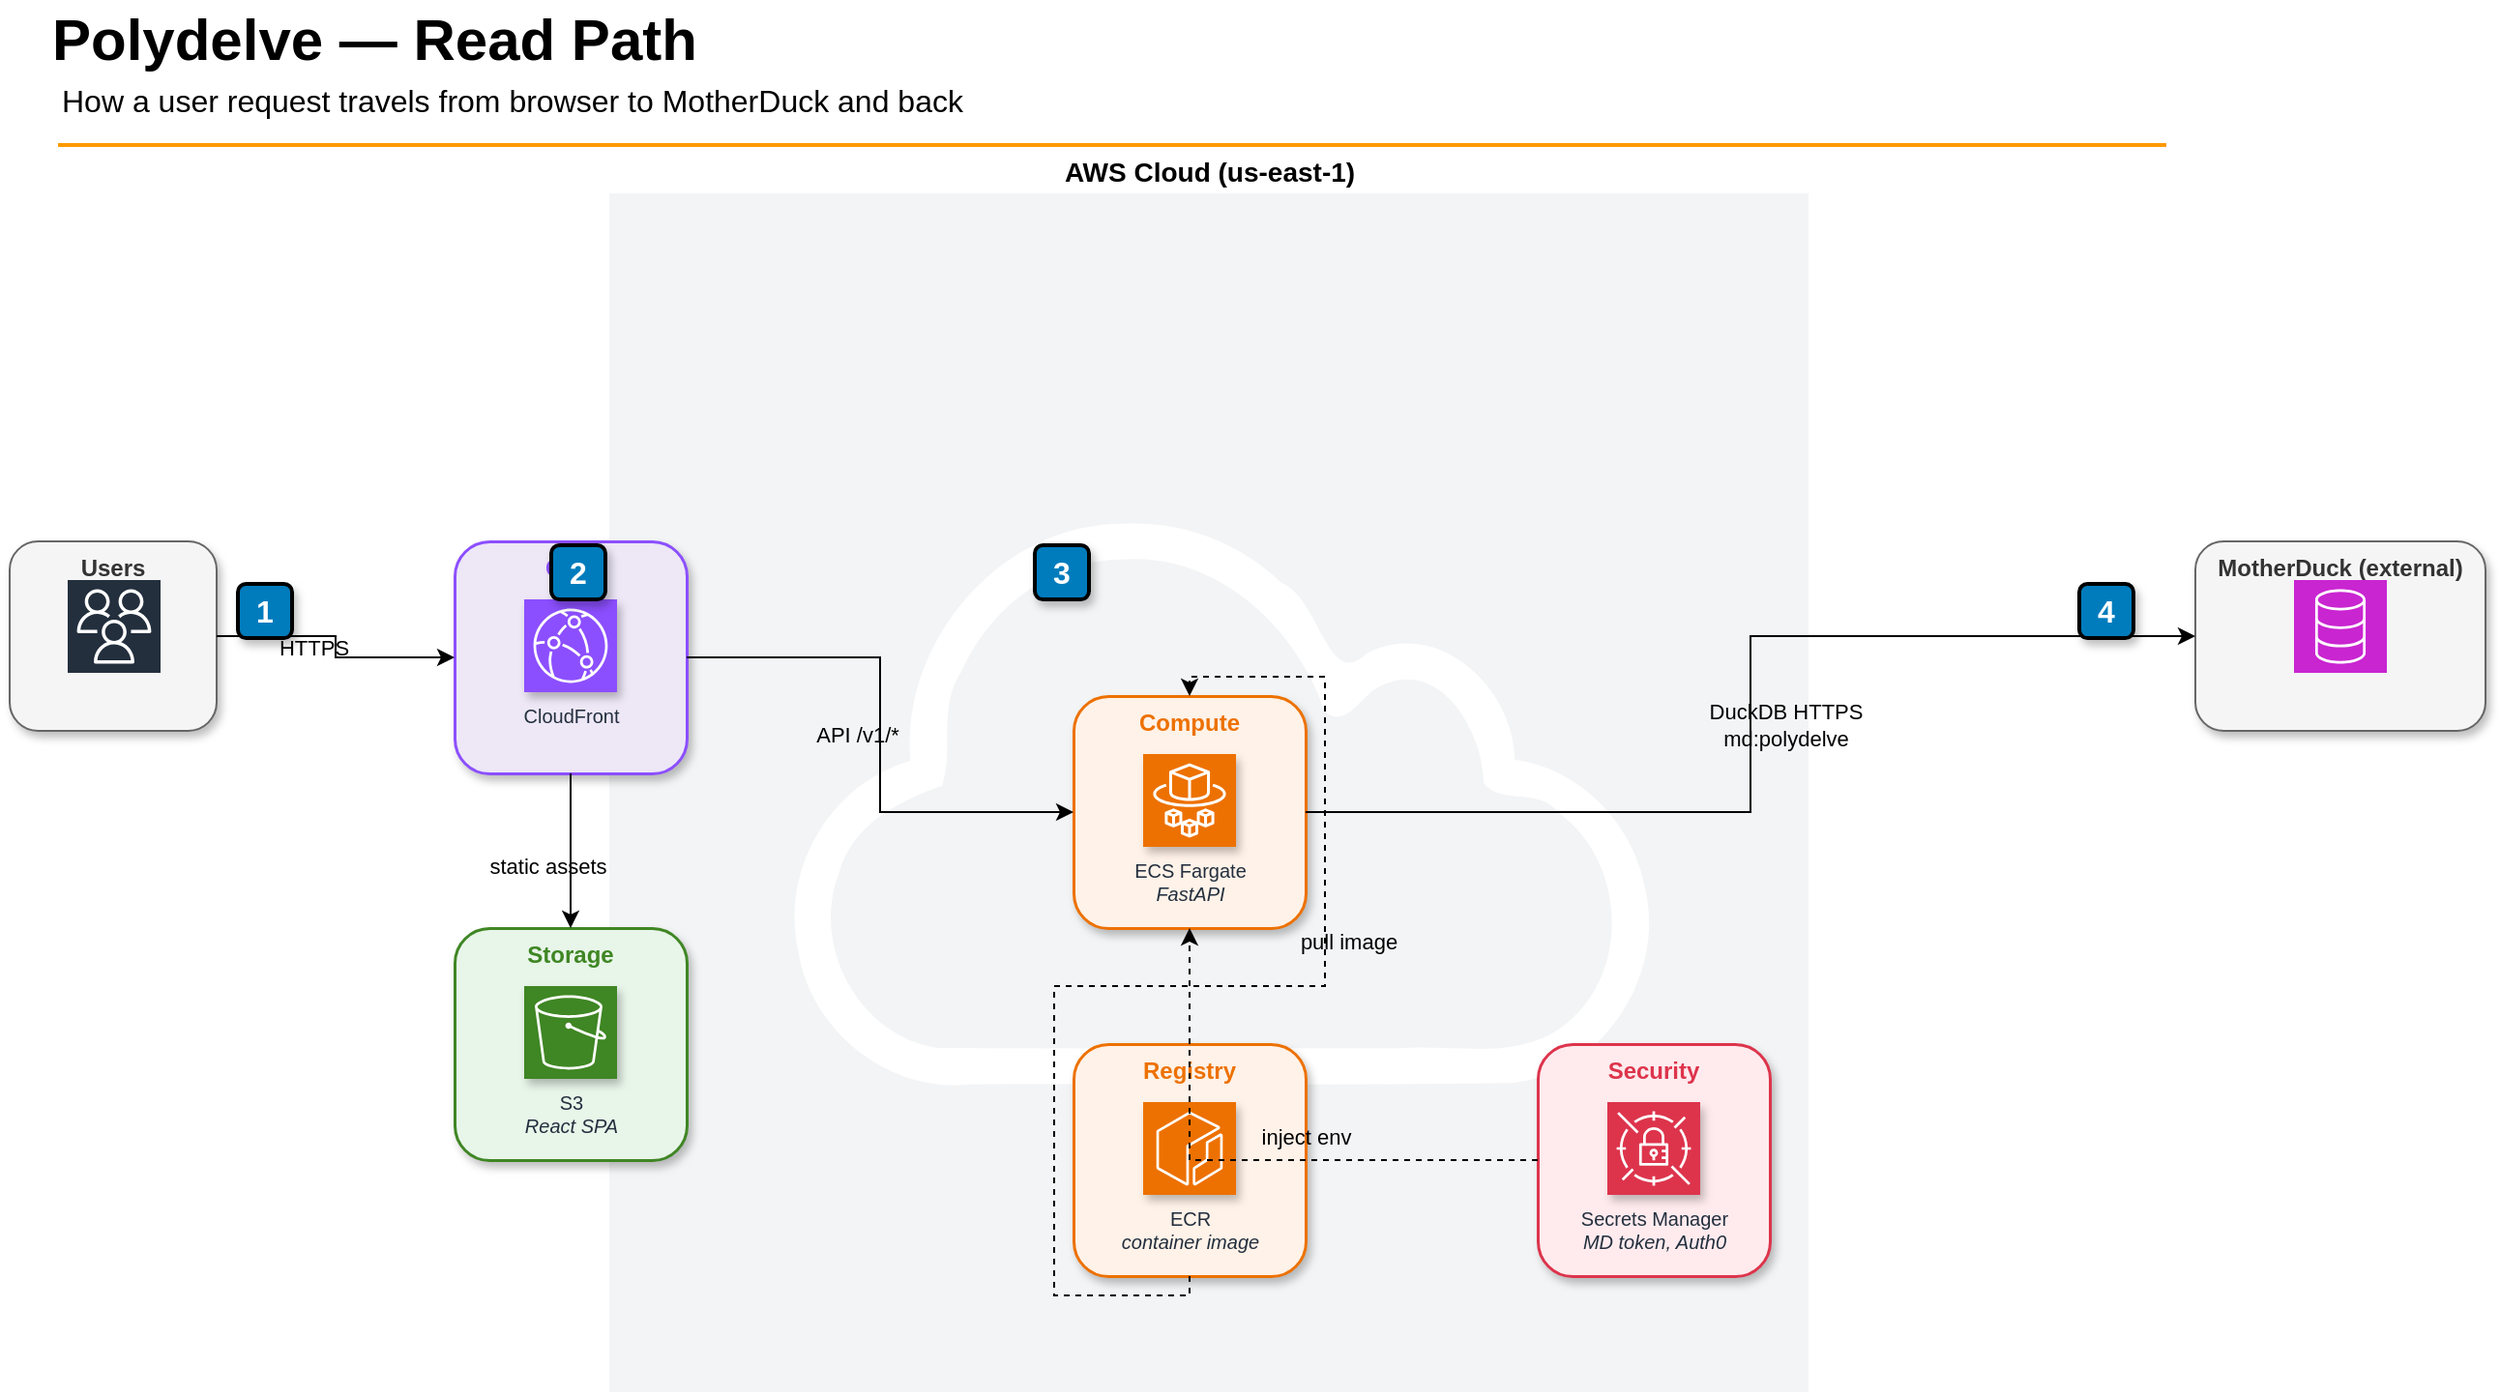
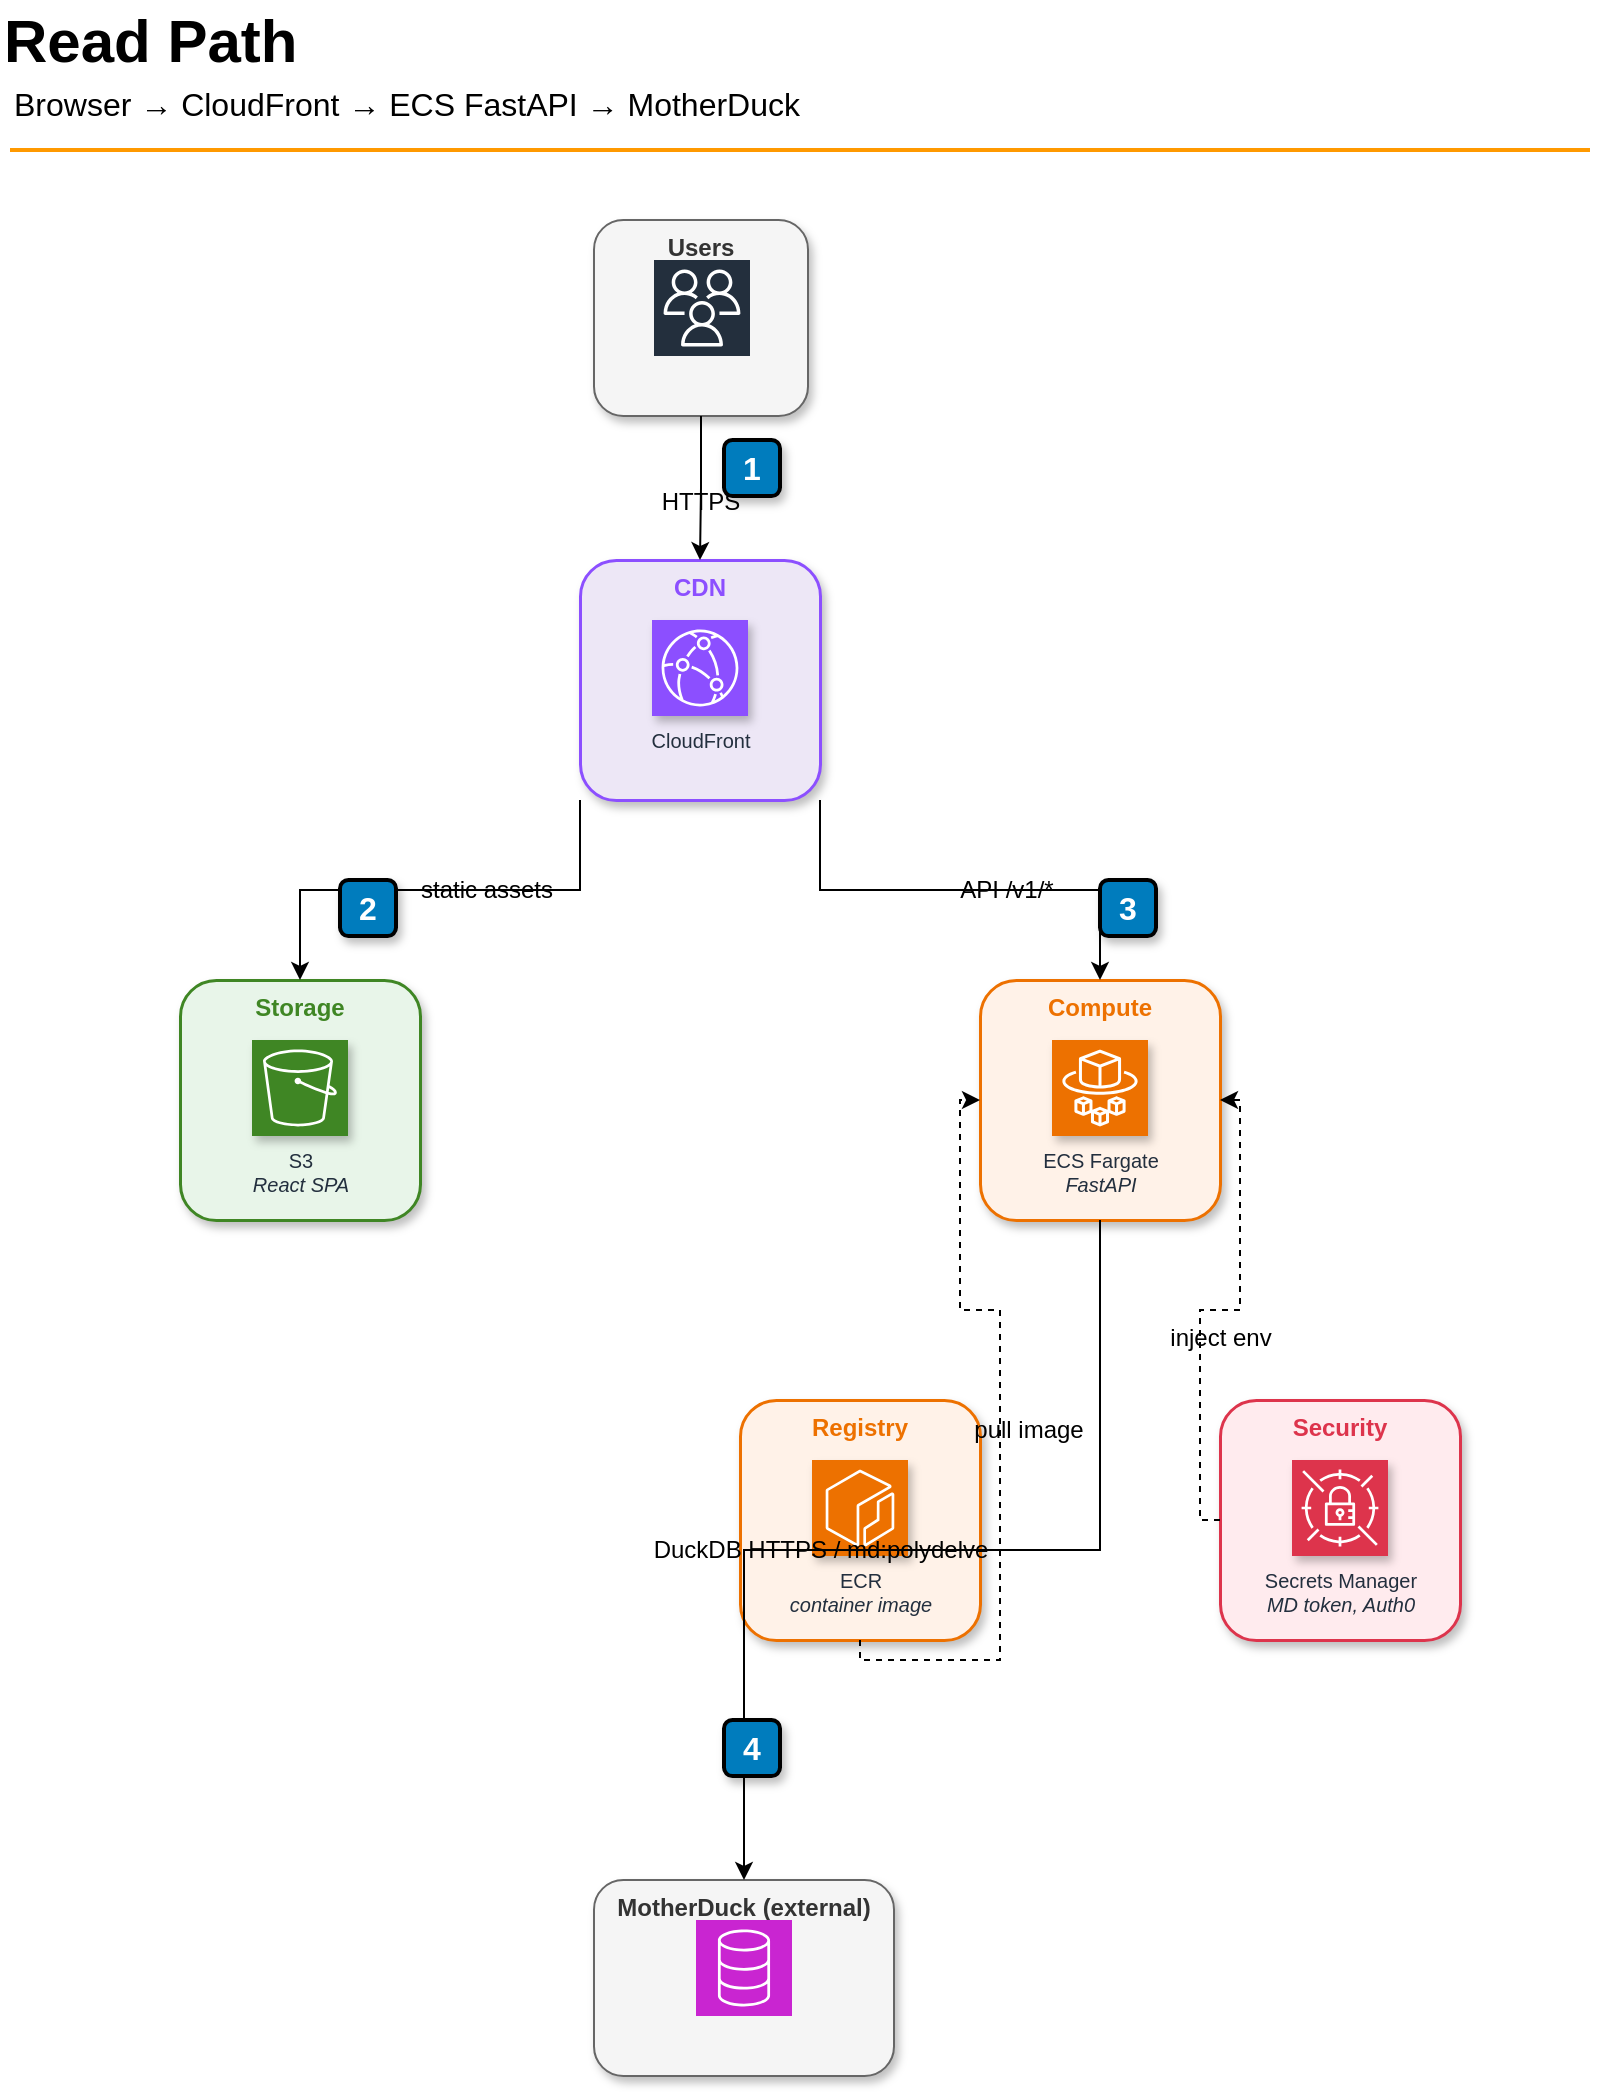
<mxfile host="Electron" version="29.6.1">
  <diagram name="Page-1" id="read-path">
-     <mxGraphModel dx="1400" dy="800" grid="0" gridSize="10" guides="1" tooltips="1" connect="1" arrows="1" fold="1" page="0" pageScale="1" pageWidth="1400" pageHeight="900" math="0" shadow="0">
+     <mxGraphModel dx="1200" dy="900" grid="0" gridSize="10" guides="1" tooltips="1" connect="1" arrows="1" fold="1" page="0" pageScale="1" pageWidth="900" pageHeight="1400" math="0" shadow="0">
      <root>
        <mxCell id="0" />
        <mxCell id="1" parent="0" />

        <!-- Title -->
        <mxCell id="title-group" connectable="0" style="group;fontFamily=Helvetica;" value="" vertex="1" parent="1">
-           <mxGeometry height="83" width="1100" x="50" y="20" as="geometry" />
+           <mxGeometry height="83" width="800" x="50" y="20" as="geometry" />
        </mxCell>
-         <mxCell id="title-text" style="text;html=1;align=left;verticalAlign=top;spacingTop=-4;fontSize=30;fontStyle=1;fontFamily=Helvetica;" value="Polydelve — Read Path" vertex="1" parent="title-group">
-           <mxGeometry height="42" width="800" as="geometry" />
+         <mxCell id="title-text" style="text;html=1;align=left;verticalAlign=top;spacingTop=-4;fontSize=30;fontStyle=1;fontFamily=Helvetica;" value="Read Path" vertex="1" parent="title-group">
+           <mxGeometry height="42" width="600" as="geometry" />
        </mxCell>
-         <mxCell id="subtitle-text" style="text;html=1;align=left;verticalAlign=top;spacingTop=-4;fontSize=16;fontFamily=Helvetica;" value="How a user request travels from browser to MotherDuck and back" vertex="1" parent="title-group">
-           <mxGeometry height="25" width="900" x="5" y="40" as="geometry" />
+         <mxCell id="subtitle-text" style="text;html=1;align=left;verticalAlign=top;spacingTop=-4;fontSize=16;fontFamily=Helvetica;" value="Browser → CloudFront → ECS FastAPI → MotherDuck" vertex="1" parent="title-group">
+           <mxGeometry height="25" width="760" x="5" y="40" as="geometry" />
        </mxCell>
        <mxCell id="title-sep" style="line;strokeWidth=2;html=1;strokeColor=#FF9900;fontFamily=Helvetica;" value="" vertex="1" parent="title-group">
-           <mxGeometry height="10" width="1090" x="5" y="70" as="geometry" />
-         </mxCell>
- 
-         <!-- AWS Cloud -->
-         <mxCell id="aws-cloud" style="points=[[0,0],[0.25,0],[0.5,0],[0.75,0],[1,0],[1,0.25],[1,0.5],[1,0.75],[1,1],[0.75,1],[0.5,1],[0.25,1],[0,1],[0,0.75],[0,0.5],[0,0.25]];shape=mxgraph.aws4.group_aws_cloud;fillColor=light-dark(#232F3E0D,#232F3E0D);fillStyle=auto;strokeColor=#232F3E;verticalLabelPosition=top;verticalAlign=bottom;align=center;html=1;fontSize=14;fontStyle=1;fontFamily=Helvetica;container=1;collapsible=0;pointerEvents=0;" value="AWS Cloud (us-east-1)" vertex="1" parent="1">
-           <mxGeometry x="200" y="120" width="900" height="620" as="geometry" />
+           <mxGeometry height="10" width="790" x="5" y="70" as="geometry" />
        </mxCell>

        <!-- Users -->
        <mxCell id="users-container" style="fillColor=#f5f5f5;strokeColor=light-dark(#666666,#D4D4D4);rounded=1;whiteSpace=wrap;html=1;verticalAlign=top;fontStyle=1;fontSize=12;fontColor=#333333;fontFamily=Helvetica;container=1;collapsible=0;shadow=1;strokeWidth=1;" value="Users" vertex="1" parent="1">
-           <mxGeometry x="30" y="300" height="98" width="107" as="geometry" />
+           <mxGeometry x="347" y="130" height="98" width="107" as="geometry" />
        </mxCell>
        <mxCell id="users-icon" style="sketch=0;points=[[0,0,0],[0.25,0,0],[0.5,0,0],[0.75,0,0],[1,0,0],[0,1,0],[0.25,1,0],[0.5,1,0],[0.75,1,0],[1,1,0],[0,0.25,0],[0,0.5,0],[0,0.75,0],[1,0.25,0],[1,0.5,0],[1,0.75,0]];outlineConnect=0;fontColor=#232F3E;fillColor=#232F3D;strokeColor=#ffffff;dashed=0;verticalLabelPosition=bottom;verticalAlign=top;align=center;html=1;fontSize=12;fontStyle=0;aspect=fixed;shape=mxgraph.aws4.resourceIcon;resIcon=mxgraph.aws4.users;fontFamily=Helvetica;" value="" vertex="1" parent="users-container">
          <mxGeometry x="30" y="20" width="48" height="48" as="geometry" />
        </mxCell>

        <!-- CloudFront -->
-         <mxCell id="grp-cf" style="fillColor=#EDE7F6;strokeColor=#8C4FFF;rounded=1;whiteSpace=wrap;html=1;verticalAlign=top;fontStyle=1;fontSize=12;fontColor=#8C4FFF;fontFamily=Helvetica;container=1;collapsible=0;shadow=1;strokeWidth=1.5;" value="CDN" vertex="1" parent="aws-cloud">
-           <mxGeometry x="60" y="180" width="120" height="120" as="geometry" />
+         <mxCell id="grp-cf" style="fillColor=#EDE7F6;strokeColor=#8C4FFF;rounded=1;whiteSpace=wrap;html=1;verticalAlign=top;fontStyle=1;fontSize=12;fontColor=#8C4FFF;fontFamily=Helvetica;container=1;collapsible=0;shadow=1;strokeWidth=1.5;" value="CDN" vertex="1" parent="1">
+           <mxGeometry x="340" y="300" width="120" height="120" as="geometry" />
        </mxCell>
        <mxCell id="svc-cf" style="sketch=0;points=[[0,0,0],[0.25,0,0],[0.5,0,0],[0.75,0,0],[1,0,0],[0,1,0],[0.25,1,0],[0.5,1,0],[0.75,1,0],[1,1,0],[0,0.25,0],[0,0.5,0],[0,0.75,0],[1,0.25,0],[1,0.5,0],[1,0.75,0]];outlineConnect=0;fontColor=#232F3E;fillColor=#8C4FFF;strokeColor=#ffffff;dashed=0;verticalLabelPosition=bottom;verticalAlign=top;align=center;html=1;fontSize=10;fontStyle=0;aspect=fixed;shape=mxgraph.aws4.resourceIcon;resIcon=mxgraph.aws4.cloudfront;fontFamily=Helvetica;shadow=1;" value="CloudFront" vertex="1" parent="grp-cf">
          <mxGeometry x="36" y="30" width="48" height="48" as="geometry" />
        </mxCell>

-         <!-- S3 frontend -->
-         <mxCell id="grp-s3" style="fillColor=#E8F5E9;strokeColor=#3F8624;rounded=1;whiteSpace=wrap;html=1;verticalAlign=top;fontStyle=1;fontSize=12;fontColor=#3F8624;fontFamily=Helvetica;container=1;collapsible=0;shadow=1;strokeWidth=1.5;" value="Storage" vertex="1" parent="aws-cloud">
-           <mxGeometry x="60" y="380" width="120" height="120" as="geometry" />
+         <!-- S3 and ECS side by side -->
+         <mxCell id="grp-s3" style="fillColor=#E8F5E9;strokeColor=#3F8624;rounded=1;whiteSpace=wrap;html=1;verticalAlign=top;fontStyle=1;fontSize=12;fontColor=#3F8624;fontFamily=Helvetica;container=1;collapsible=0;shadow=1;strokeWidth=1.5;" value="Storage" vertex="1" parent="1">
+           <mxGeometry x="140" y="510" width="120" height="120" as="geometry" />
        </mxCell>
        <mxCell id="svc-s3" style="sketch=0;points=[[0,0,0],[0.25,0,0],[0.5,0,0],[0.75,0,0],[1,0,0],[0,1,0],[0.25,1,0],[0.5,1,0],[0.75,1,0],[1,1,0],[0,0.25,0],[0,0.5,0],[0,0.75,0],[1,0.25,0],[1,0.5,0],[1,0.75,0]];outlineConnect=0;fontColor=#232F3E;fillColor=#3F8624;strokeColor=#ffffff;dashed=0;verticalLabelPosition=bottom;verticalAlign=top;align=center;html=1;fontSize=10;fontStyle=0;aspect=fixed;shape=mxgraph.aws4.resourceIcon;resIcon=mxgraph.aws4.s3;fontFamily=Helvetica;shadow=1;" value="S3&lt;div&gt;&lt;i&gt;React SPA&lt;/i&gt;&lt;/div&gt;" vertex="1" parent="grp-s3">
          <mxGeometry x="36" y="30" width="48" height="48" as="geometry" />
        </mxCell>

-         <!-- ECS Fargate -->
-         <mxCell id="grp-ecs" style="fillColor=#FFF2E8;strokeColor=#ED7100;rounded=1;whiteSpace=wrap;html=1;verticalAlign=top;fontStyle=1;fontSize=12;fontColor=#ED7100;fontFamily=Helvetica;container=1;collapsible=0;shadow=1;strokeWidth=1.5;" value="Compute" vertex="1" parent="aws-cloud">
-           <mxGeometry x="380" y="260" width="120" height="120" as="geometry" />
+         <mxCell id="grp-ecs" style="fillColor=#FFF2E8;strokeColor=#ED7100;rounded=1;whiteSpace=wrap;html=1;verticalAlign=top;fontStyle=1;fontSize=12;fontColor=#ED7100;fontFamily=Helvetica;container=1;collapsible=0;shadow=1;strokeWidth=1.5;" value="Compute" vertex="1" parent="1">
+           <mxGeometry x="540" y="510" width="120" height="120" as="geometry" />
        </mxCell>
        <mxCell id="svc-ecs" style="sketch=0;points=[[0,0,0],[0.25,0,0],[0.5,0,0],[0.75,0,0],[1,0,0],[0,1,0],[0.25,1,0],[0.5,1,0],[0.75,1,0],[1,1,0],[0,0.25,0],[0,0.5,0],[0,0.75,0],[1,0.25,0],[1,0.5,0],[1,0.75,0]];outlineConnect=0;fontColor=#232F3E;fillColor=#ED7100;strokeColor=#ffffff;dashed=0;verticalLabelPosition=bottom;verticalAlign=top;align=center;html=1;fontSize=10;fontStyle=0;aspect=fixed;shape=mxgraph.aws4.resourceIcon;resIcon=mxgraph.aws4.fargate;fontFamily=Helvetica;shadow=1;" value="ECS Fargate&lt;div&gt;&lt;i&gt;FastAPI&lt;/i&gt;&lt;/div&gt;" vertex="1" parent="grp-ecs">
          <mxGeometry x="36" y="30" width="48" height="48" as="geometry" />
        </mxCell>

-         <!-- ECR -->
-         <mxCell id="grp-ecr" style="fillColor=#FFF2E8;strokeColor=#ED7100;rounded=1;whiteSpace=wrap;html=1;verticalAlign=top;fontStyle=1;fontSize=12;fontColor=#ED7100;fontFamily=Helvetica;container=1;collapsible=0;shadow=1;strokeWidth=1.5;" value="Registry" vertex="1" parent="aws-cloud">
-           <mxGeometry x="380" y="440" width="120" height="120" as="geometry" />
+         <!-- ECR and Secrets below ECS -->
+         <mxCell id="grp-ecr" style="fillColor=#FFF2E8;strokeColor=#ED7100;rounded=1;whiteSpace=wrap;html=1;verticalAlign=top;fontStyle=1;fontSize=12;fontColor=#ED7100;fontFamily=Helvetica;container=1;collapsible=0;shadow=1;strokeWidth=1.5;" value="Registry" vertex="1" parent="1">
+           <mxGeometry x="420" y="720" width="120" height="120" as="geometry" />
        </mxCell>
        <mxCell id="svc-ecr" style="sketch=0;points=[[0,0,0],[0.25,0,0],[0.5,0,0],[0.75,0,0],[1,0,0],[0,1,0],[0.25,1,0],[0.5,1,0],[0.75,1,0],[1,1,0],[0,0.25,0],[0,0.5,0],[0,0.75,0],[1,0.25,0],[1,0.5,0],[1,0.75,0]];outlineConnect=0;fontColor=#232F3E;fillColor=#ED7100;strokeColor=#ffffff;dashed=0;verticalLabelPosition=bottom;verticalAlign=top;align=center;html=1;fontSize=10;fontStyle=0;aspect=fixed;shape=mxgraph.aws4.resourceIcon;resIcon=mxgraph.aws4.ecr;fontFamily=Helvetica;shadow=1;" value="ECR&lt;div&gt;&lt;i&gt;container image&lt;/i&gt;&lt;/div&gt;" vertex="1" parent="grp-ecr">
          <mxGeometry x="36" y="30" width="48" height="48" as="geometry" />
        </mxCell>

-         <!-- Secrets Manager -->
-         <mxCell id="grp-sm" style="fillColor=#FFEBEE;strokeColor=#DD344C;rounded=1;whiteSpace=wrap;html=1;verticalAlign=top;fontStyle=1;fontSize=12;fontColor=#DD344C;fontFamily=Helvetica;container=1;collapsible=0;shadow=1;strokeWidth=1.5;" value="Security" vertex="1" parent="aws-cloud">
-           <mxGeometry x="620" y="440" width="120" height="120" as="geometry" />
+         <mxCell id="grp-sm" style="fillColor=#FFEBEE;strokeColor=#DD344C;rounded=1;whiteSpace=wrap;html=1;verticalAlign=top;fontStyle=1;fontSize=12;fontColor=#DD344C;fontFamily=Helvetica;container=1;collapsible=0;shadow=1;strokeWidth=1.5;" value="Security" vertex="1" parent="1">
+           <mxGeometry x="660" y="720" width="120" height="120" as="geometry" />
        </mxCell>
        <mxCell id="svc-sm" style="sketch=0;points=[[0,0,0],[0.25,0,0],[0.5,0,0],[0.75,0,0],[1,0,0],[0,1,0],[0.25,1,0],[0.5,1,0],[0.75,1,0],[1,1,0],[0,0.25,0],[0,0.5,0],[0,0.75,0],[1,0.25,0],[1,0.5,0],[1,0.75,0]];outlineConnect=0;fontColor=#232F3E;fillColor=#DD344C;strokeColor=#ffffff;dashed=0;verticalLabelPosition=bottom;verticalAlign=top;align=center;html=1;fontSize=10;fontStyle=0;aspect=fixed;shape=mxgraph.aws4.resourceIcon;resIcon=mxgraph.aws4.secrets_manager;fontFamily=Helvetica;shadow=1;" value="Secrets Manager&lt;div&gt;&lt;i&gt;MD token, Auth0&lt;/i&gt;&lt;/div&gt;" vertex="1" parent="grp-sm">
          <mxGeometry x="36" y="30" width="48" height="48" as="geometry" />
        </mxCell>

-         <!-- MotherDuck -->
+         <!-- MotherDuck at bottom -->
        <mxCell id="md-container" style="fillColor=#f5f5f5;strokeColor=light-dark(#666666,#D4D4D4);rounded=1;whiteSpace=wrap;html=1;verticalAlign=top;fontStyle=1;fontSize=12;fontColor=#333333;fontFamily=Helvetica;container=1;collapsible=0;shadow=1;strokeWidth=1;" value="MotherDuck (external)" vertex="1" parent="1">
-           <mxGeometry x="1160" y="300" height="98" width="150" as="geometry" />
+           <mxGeometry x="347" y="960" height="98" width="150" as="geometry" />
        </mxCell>
        <mxCell id="md-icon" style="sketch=0;outlineConnect=0;fontColor=#232F3E;fillColor=#C925D1;strokeColor=#ffffff;dashed=0;verticalLabelPosition=bottom;verticalAlign=top;align=center;html=1;fontSize=10;fontStyle=0;aspect=fixed;shape=mxgraph.aws4.resourceIcon;resIcon=mxgraph.aws4.database;fontFamily=Helvetica;" value="" vertex="1" parent="md-container">
          <mxGeometry x="51" y="20" width="48" height="48" as="geometry" />
        </mxCell>

-         <!-- Edges -->
-         <mxCell id="e1" style="edgeStyle=orthogonalEdgeStyle;rounded=0;html=1;fontFamily=Helvetica;fontSize=11;exitX=1;exitY=0.5;exitDx=0;exitDy=0;entryX=0;entryY=0.5;entryDx=0;entryDy=0;" edge="1" parent="1" source="users-container" target="grp-cf">
+         <!-- Edges: vertical flow -->
+         <mxCell id="e1" style="edgeStyle=orthogonalEdgeStyle;rounded=0;html=1;fontFamily=Helvetica;fontSize=12;exitX=0.5;exitY=1;exitDx=0;exitDy=0;entryX=0.5;entryY=0;entryDx=0;entryDy=0;" edge="1" parent="1" source="users-container" target="grp-cf">
          <mxGeometry relative="1" as="geometry" />
        </mxCell>
-         <mxCell id="e1-lbl" value="HTTPS" style="edgeLabel;html=1;align=center;verticalAlign=middle;resizable=0;points=[];labelBackgroundColor=none;fontFamily=Helvetica;fontSize=11;" connectable="0" vertex="1" parent="e1">
-           <mxGeometry relative="1" x="0" y="-12" as="geometry"><mxPoint as="offset" /></mxGeometry>
+         <mxCell id="e1-lbl" value="HTTPS" style="edgeLabel;html=1;align=center;verticalAlign=middle;resizable=0;points=[];labelBackgroundColor=none;fontFamily=Helvetica;fontSize=12;" connectable="0" vertex="1" parent="e1">
+           <mxGeometry relative="1" x="0.2" y="0" as="geometry"><mxPoint as="offset" /></mxGeometry>
        </mxCell>

-         <mxCell id="e2" style="edgeStyle=orthogonalEdgeStyle;rounded=0;html=1;fontFamily=Helvetica;fontSize=11;" edge="1" parent="1" source="grp-cf" target="grp-s3">
+         <mxCell id="e2" style="edgeStyle=orthogonalEdgeStyle;rounded=0;html=1;fontFamily=Helvetica;fontSize=12;exitX=0;exitY=1;exitDx=0;exitDy=0;entryX=0.5;entryY=0;entryDx=0;entryDy=0;" edge="1" parent="1" source="grp-cf" target="grp-s3">
          <mxGeometry relative="1" as="geometry" />
        </mxCell>
-         <mxCell id="e2-lbl" value="static assets" style="edgeLabel;html=1;align=center;verticalAlign=middle;resizable=0;points=[];labelBackgroundColor=none;fontFamily=Helvetica;fontSize=11;" connectable="0" vertex="1" parent="e2">
-           <mxGeometry relative="1" x="0.2" y="-12" as="geometry"><mxPoint as="offset" /></mxGeometry>
+         <mxCell id="e2-lbl" value="static assets" style="edgeLabel;html=1;align=center;verticalAlign=middle;resizable=0;points=[];labelBackgroundColor=none;fontFamily=Helvetica;fontSize=12;" connectable="0" vertex="1" parent="e2">
+           <mxGeometry relative="1" x="-0.2" y="0" as="geometry"><mxPoint as="offset" /></mxGeometry>
        </mxCell>

-         <mxCell id="e3" style="edgeStyle=orthogonalEdgeStyle;rounded=0;html=1;fontFamily=Helvetica;fontSize=11;exitX=1;exitY=0.5;exitDx=0;exitDy=0;entryX=0;entryY=0.5;entryDx=0;entryDy=0;" edge="1" parent="1" source="grp-cf" target="grp-ecs">
+         <mxCell id="e3" style="edgeStyle=orthogonalEdgeStyle;rounded=0;html=1;fontFamily=Helvetica;fontSize=12;exitX=1;exitY=1;exitDx=0;exitDy=0;entryX=0.5;entryY=0;entryDx=0;entryDy=0;" edge="1" parent="1" source="grp-cf" target="grp-ecs">
          <mxGeometry relative="1" as="geometry" />
        </mxCell>
-         <mxCell id="e3-lbl" value="API /v1/*" style="edgeLabel;html=1;align=center;verticalAlign=middle;resizable=0;points=[];labelBackgroundColor=none;fontFamily=Helvetica;fontSize=11;" connectable="0" vertex="1" parent="e3">
-           <mxGeometry relative="1" x="0" y="-12" as="geometry"><mxPoint as="offset" /></mxGeometry>
+         <mxCell id="e3-lbl" value="API /v1/*" style="edgeLabel;html=1;align=center;verticalAlign=middle;resizable=0;points=[];labelBackgroundColor=none;fontFamily=Helvetica;fontSize=12;" connectable="0" vertex="1" parent="e3">
+           <mxGeometry relative="1" x="0.2" y="0" as="geometry"><mxPoint as="offset" /></mxGeometry>
        </mxCell>

-         <mxCell id="e4" style="edgeStyle=orthogonalEdgeStyle;rounded=0;html=1;fontFamily=Helvetica;fontSize=11;dashed=1;exitX=0.5;exitY=1;exitDx=0;exitDy=0;entryX=0.5;entryY=0;entryDx=0;entryDy=0;" edge="1" parent="1" source="grp-ecr" target="grp-ecs">
+         <mxCell id="e4" style="edgeStyle=orthogonalEdgeStyle;rounded=0;html=1;fontFamily=Helvetica;fontSize=12;dashed=1;exitX=0.5;exitY=1;exitDx=0;exitDy=0;entryX=0;entryY=0.5;entryDx=0;entryDy=0;" edge="1" parent="1" source="grp-ecr" target="grp-ecs">
          <mxGeometry relative="1" as="geometry" />
        </mxCell>
-         <mxCell id="e4-lbl" value="pull image" style="edgeLabel;html=1;align=center;verticalAlign=middle;resizable=0;points=[];labelBackgroundColor=none;fontFamily=Helvetica;fontSize=11;" connectable="0" vertex="1" parent="e4">
-           <mxGeometry relative="1" x="0.3" y="-12" as="geometry"><mxPoint as="offset" /></mxGeometry>
+         <mxCell id="e4-lbl" value="pull image" style="edgeLabel;html=1;align=center;verticalAlign=middle;resizable=0;points=[];labelBackgroundColor=none;fontFamily=Helvetica;fontSize=12;" connectable="0" vertex="1" parent="e4">
+           <mxGeometry relative="1" x="0" y="-14" as="geometry"><mxPoint as="offset" /></mxGeometry>
        </mxCell>

-         <mxCell id="e5" style="edgeStyle=orthogonalEdgeStyle;rounded=0;html=1;fontFamily=Helvetica;fontSize=11;dashed=1;exitX=0;exitY=0.5;exitDx=0;exitDy=0;entryX=0.5;entryY=1;entryDx=0;entryDy=0;" edge="1" parent="1" source="grp-sm" target="grp-ecs">
+         <mxCell id="e5" style="edgeStyle=orthogonalEdgeStyle;rounded=0;html=1;fontFamily=Helvetica;fontSize=12;dashed=1;exitX=0;exitY=0.5;exitDx=0;exitDy=0;entryX=1;entryY=0.5;entryDx=0;entryDy=0;" edge="1" parent="1" source="grp-sm" target="grp-ecs">
          <mxGeometry relative="1" as="geometry" />
        </mxCell>
-         <mxCell id="e5-lbl" value="inject env" style="edgeLabel;html=1;align=center;verticalAlign=middle;resizable=0;points=[];labelBackgroundColor=none;fontFamily=Helvetica;fontSize=11;" connectable="0" vertex="1" parent="e5">
-           <mxGeometry relative="1" x="-0.2" y="-12" as="geometry"><mxPoint as="offset" /></mxGeometry>
+         <mxCell id="e5-lbl" value="inject env" style="edgeLabel;html=1;align=center;verticalAlign=middle;resizable=0;points=[];labelBackgroundColor=none;fontFamily=Helvetica;fontSize=12;" connectable="0" vertex="1" parent="e5">
+           <mxGeometry relative="1" x="0" y="-14" as="geometry"><mxPoint as="offset" /></mxGeometry>
        </mxCell>

-         <mxCell id="e6" style="edgeStyle=orthogonalEdgeStyle;rounded=0;html=1;fontFamily=Helvetica;fontSize=11;exitX=1;exitY=0.5;exitDx=0;exitDy=0;entryX=0;entryY=0.5;entryDx=0;entryDy=0;" edge="1" parent="1" source="grp-ecs" target="md-container">
+         <mxCell id="e6" style="edgeStyle=orthogonalEdgeStyle;rounded=0;html=1;fontFamily=Helvetica;fontSize=12;exitX=0.5;exitY=1;exitDx=0;exitDy=0;entryX=0.5;entryY=0;entryDx=0;entryDy=0;" edge="1" parent="1" source="grp-ecs" target="md-container">
          <mxGeometry relative="1" as="geometry" />
        </mxCell>
-         <mxCell id="e6-lbl" value="DuckDB HTTPS&lt;br&gt;md:polydelve" style="edgeLabel;html=1;align=center;verticalAlign=middle;resizable=0;points=[];labelBackgroundColor=none;fontFamily=Helvetica;fontSize=11;" connectable="0" vertex="1" parent="e6">
-           <mxGeometry relative="1" x="0" y="-18" as="geometry"><mxPoint as="offset" /></mxGeometry>
+         <mxCell id="e6-lbl" value="DuckDB HTTPS / md:polydelve" style="edgeLabel;html=1;align=center;verticalAlign=middle;resizable=0;points=[];labelBackgroundColor=none;fontFamily=Helvetica;fontSize=12;" connectable="0" vertex="1" parent="e6">
+           <mxGeometry relative="1" x="0.2" y="0" as="geometry"><mxPoint as="offset" /></mxGeometry>
        </mxCell>

        <!-- Step badges -->
        <mxCell id="s1" style="rounded=1;whiteSpace=wrap;html=1;fillColor=#007CBD;strokeColor=default;fontColor=#FFFFFF;fontStyle=1;fontSize=16;fontFamily=Helvetica;shadow=1;glass=0;strokeWidth=2;align=center;verticalAlign=middle;labelBackgroundColor=none;" value="1" vertex="1" parent="1">
-           <mxGeometry x="148" y="322" width="28" height="28" as="geometry" />
+           <mxGeometry x="412" y="240" width="28" height="28" as="geometry" />
        </mxCell>
        <mxCell id="s2" style="rounded=1;whiteSpace=wrap;html=1;fillColor=#007CBD;strokeColor=default;fontColor=#FFFFFF;fontStyle=1;fontSize=16;fontFamily=Helvetica;shadow=1;glass=0;strokeWidth=2;align=center;verticalAlign=middle;labelBackgroundColor=none;" value="2" vertex="1" parent="1">
-           <mxGeometry x="310" y="302" width="28" height="28" as="geometry" />
+           <mxGeometry x="220" y="460" width="28" height="28" as="geometry" />
        </mxCell>
        <mxCell id="s3" style="rounded=1;whiteSpace=wrap;html=1;fillColor=#007CBD;strokeColor=default;fontColor=#FFFFFF;fontStyle=1;fontSize=16;fontFamily=Helvetica;shadow=1;glass=0;strokeWidth=2;align=center;verticalAlign=middle;labelBackgroundColor=none;" value="3" vertex="1" parent="1">
-           <mxGeometry x="560" y="302" width="28" height="28" as="geometry" />
+           <mxGeometry x="600" y="460" width="28" height="28" as="geometry" />
        </mxCell>
        <mxCell id="s4" style="rounded=1;whiteSpace=wrap;html=1;fillColor=#007CBD;strokeColor=default;fontColor=#FFFFFF;fontStyle=1;fontSize=16;fontFamily=Helvetica;shadow=1;glass=0;strokeWidth=2;align=center;verticalAlign=middle;labelBackgroundColor=none;" value="4" vertex="1" parent="1">
-           <mxGeometry x="1100" y="322" width="28" height="28" as="geometry" />
+           <mxGeometry x="412" y="880" width="28" height="28" as="geometry" />
        </mxCell>
- 
      </root>
    </mxGraphModel>
  </diagram>
</mxfile>
